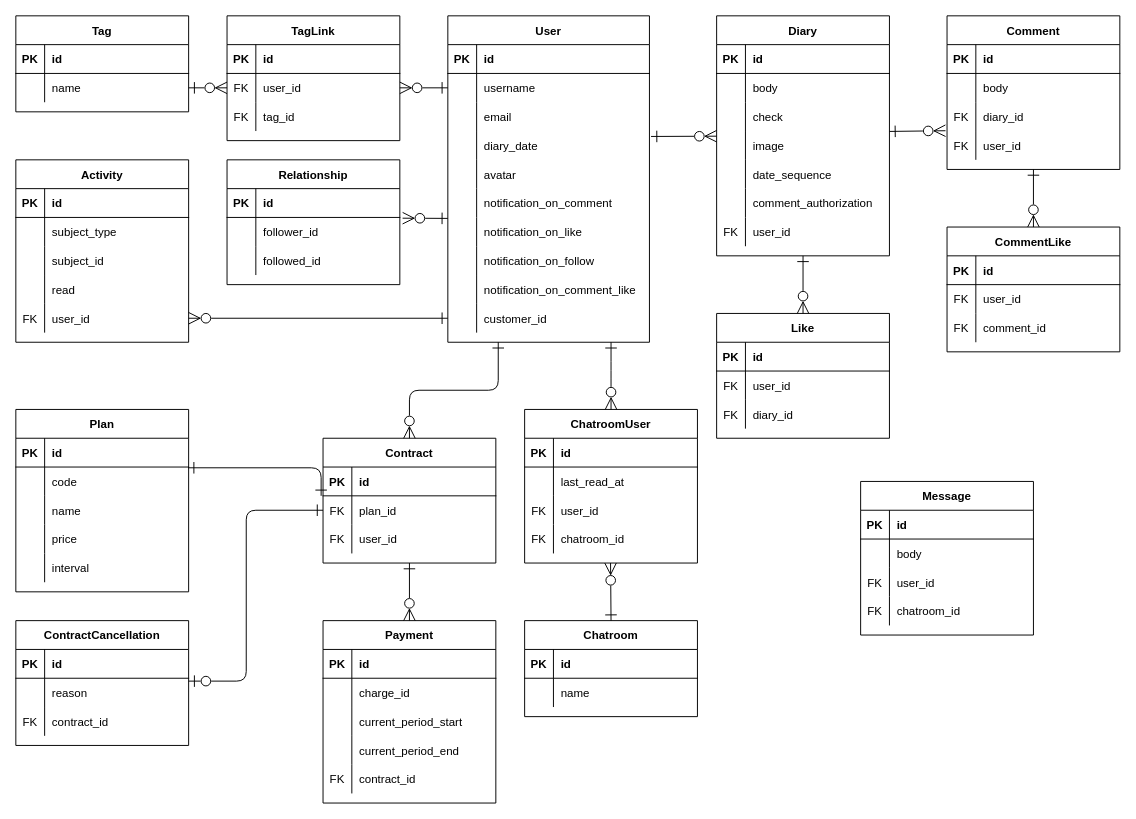
Above: diagram.drawio in siriusjunior/diary_app (draw.io), before the change. Source tidied: cells renumbered, new cells numbered last; positions are measured from the earlier drawing's top-left corner, leaving out a move shared by most shapes. Both pictures are drawn from the tidied source at 96%, with x=0, y=0 at pixel (15, 15).
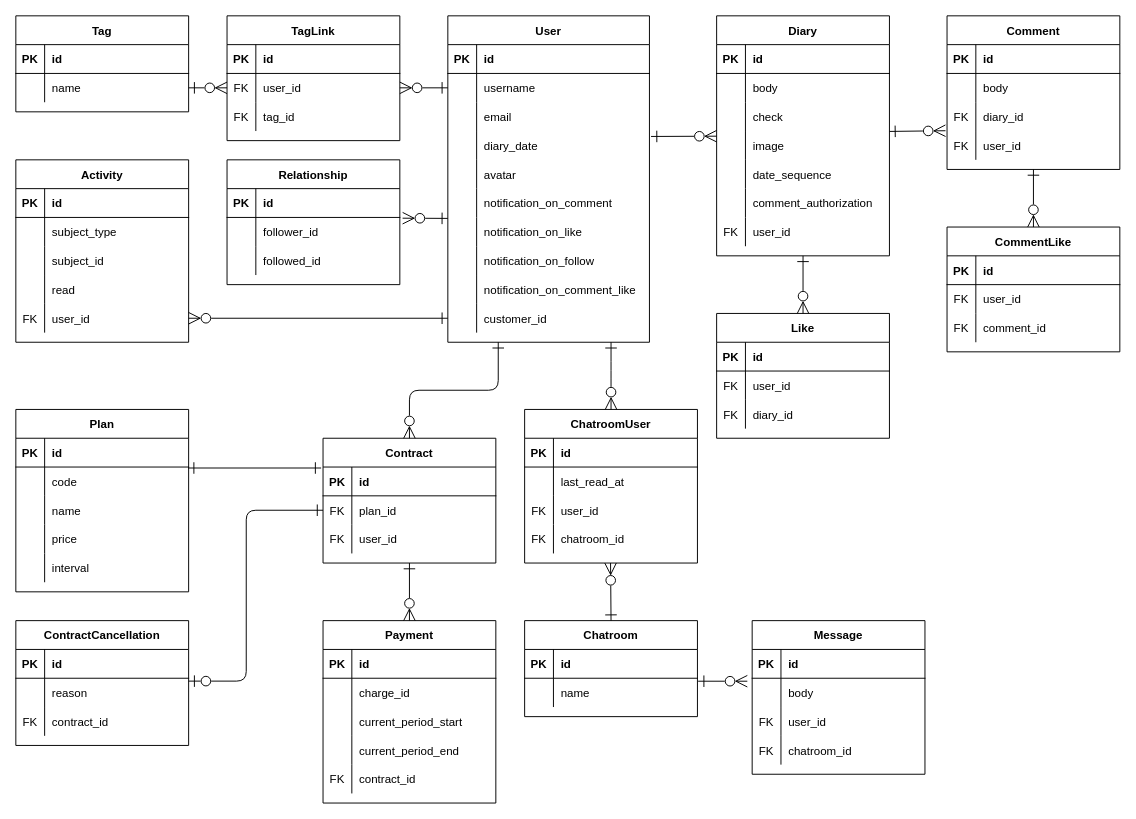
The same diagram, later.

The change refers to these unchanged cells:
```xml
<mxCell id="136" style="shape=partialRectangle;fillColor=none;top=0;left=0;bottom=0;right=0;points=[[0,0.5],[1,0.5]];portConstraint=eastwest;" parent="132" vertex="1">
  <mxGeometry y="60" width="180" height="30" as="geometry" />
</mxCell>
<mxCell id="156" style="shape=partialRectangle;fillColor=none;top=0;left=0;bottom=0;right=0;points=[[0,0.5],[1,0.5]];portConstraint=eastwest;" parent="152" vertex="1">
  <mxGeometry y="60" width="180" height="30" as="geometry" />
</mxCell>
<mxCell id="169" style="shape=partialRectangle;fillColor=none;top=0;left=0;bottom=0;right=0;points=[[0,0.5],[1,0.5]];portConstraint=eastwest;" parent="165" vertex="1">
  <mxGeometry y="60" width="180" height="30" as="geometry" />
</mxCell>
<mxCell id="185" style="shape=partialRectangle;fillColor=none;top=0;left=0;bottom=0;right=0;points=[[0,0.5],[1,0.5]];portConstraint=eastwest;" parent="181" vertex="1">
  <mxGeometry y="60" width="180" height="30" as="geometry" />
</mxCell>
```

The edit, as a diff of the source:
```diff
@@
     <mxCell id="152" value="Message" style="shape=table;startSize=30;childLayout=tableLayout;rowLines=0;fontStyle=1;align=center;" parent="1" vertex="1">
-      <mxGeometry x="880" y="485" width="180" height="160" as="geometry" />
+      <mxGeometry x="767" y="630" width="180" height="160" as="geometry" />
     </mxCell>
@@
-    <mxCell id="226" style="html=1;endArrow=ERone;endFill=0;startArrow=ERone;startFill=0;targetPerimeterSpacing=0;sourcePerimeterSpacing=0;strokeWidth=1;endSize=10;startSize=10;edgeStyle=orthogonalEdgeStyle;exitX=0.997;exitY=0.026;exitDx=0;exitDy=0;exitPerimeter=0;entryX=-0.011;entryY=0;entryDx=0;entryDy=0;entryPerimeter=0;" parent="1" edge="1" source="169" target="185">
+    <mxCell id="226" style="html=1;endArrow=ERone;endFill=0;startArrow=ERone;startFill=0;targetPerimeterSpacing=0;sourcePerimeterSpacing=0;strokeWidth=1;endSize=10;startSize=10;edgeStyle=orthogonalEdgeStyle;exitX=0.997;exitY=0.026;exitDx=0;exitDy=0;exitPerimeter=0;" parent="1" edge="1" source="169">
       <mxGeometry relative="1" as="geometry">
+        <mxPoint x="318" y="471" as="targetPoint" />
         <Array as="points">
           <mxPoint x="318" y="470" />
         </Array>
       </mxGeometry>
     </mxCell>
@@
+    <mxCell id="230" style="edgeStyle=none;html=1;entryX=1.004;entryY=0.103;entryDx=0;entryDy=0;entryPerimeter=0;endArrow=ERone;endFill=0;startArrow=ERzeroToMany;startFill=0;targetPerimeterSpacing=0;sourcePerimeterSpacing=0;strokeWidth=1;endSize=10;startSize=10;exitX=-0.028;exitY=0.103;exitDx=0;exitDy=0;exitPerimeter=0;" parent="1" edge="1" source="156" target="136">
+      <mxGeometry relative="1" as="geometry" />
+    </mxCell>
```
